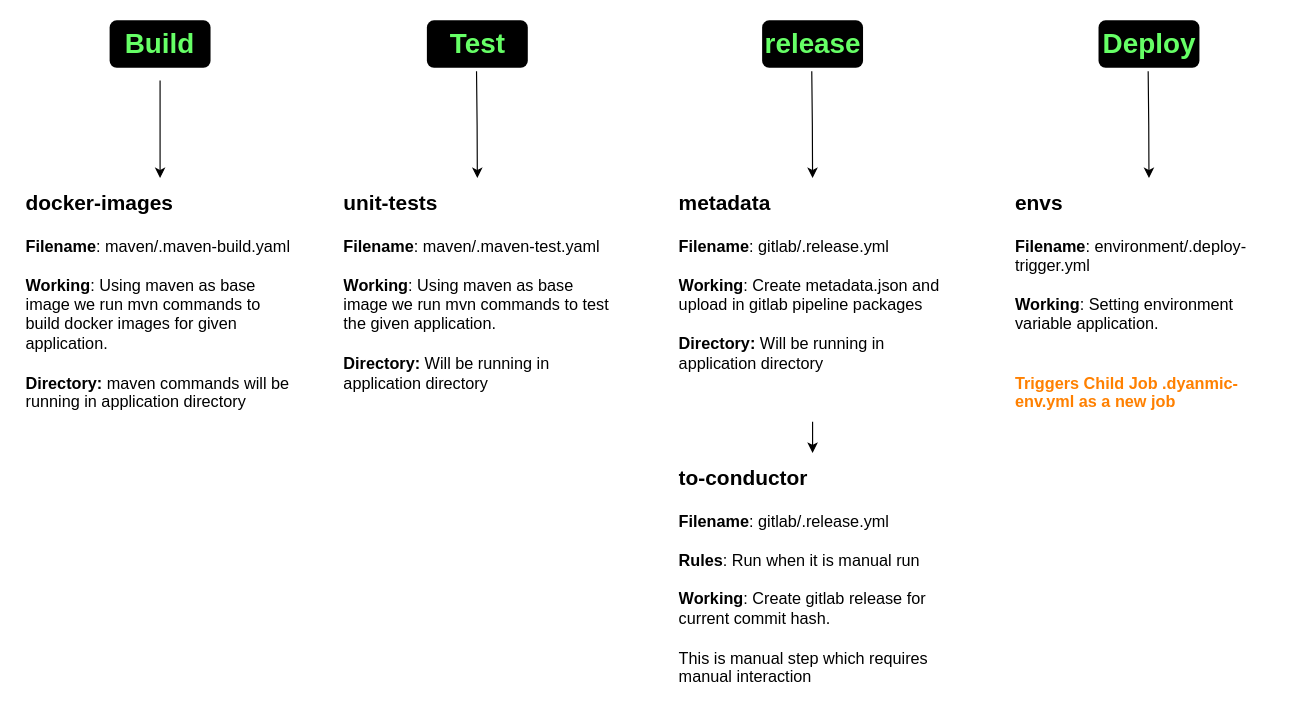
This is GitlabWorkflow.drawio from vishnu-chegondi/draw-repo, a draw.io file, before an edit. Source tidied: cells renumbered, new cells numbered last; positions are measured from the earlier drawing's top-left corner, leaving out a move shared by most shapes. Both pictures are drawn from the tidied source at 116%, with x=0, y=0 at pixel (20, 20).
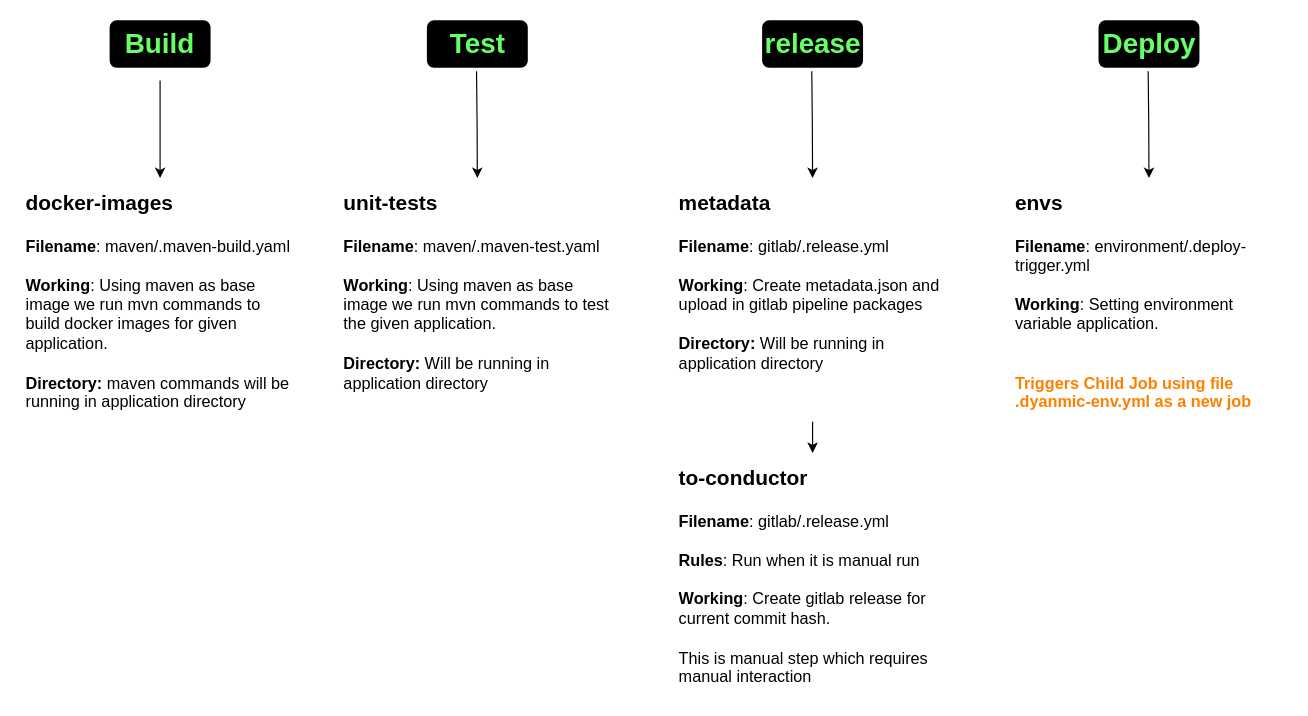
Above is the later version.

What changed in the source:
```diff
@@
 <mxGraphModel>
   <root>
     <mxCell id="0" />
     <mxCell id="1" parent="0" />
     <mxCell id="2" style="edgeStyle=orthogonalEdgeStyle;rounded=0;jettySize=auto;html=1;entryX=0.5;entryY=0;entryDx=0;entryDy=0;" parent="1" edge="1" source="3" target="4">
       <mxGeometry relative="1" as="geometry" />
     </mxCell>
     <mxCell id="3" value="&lt;font color=&quot;#66ff66&quot; style=&quot;font-size: 24px;&quot;&gt;&lt;b style=&quot;background-color: rgb(0, 0, 0);&quot;&gt;Build&lt;/b&gt;&lt;/font&gt;" style="text;html=1;strokeColor=none;fillColor=#000000;align=center;verticalAlign=middle;whiteSpace=wrap;rounded=1;perimeterSpacing=11;shadow=0;strokeWidth=1;dashed=1;" parent="1" vertex="1">
       <mxGeometry x="77" width="87" height="41" as="geometry" />
     </mxCell>
     <mxCell id="4" value="&lt;h1&gt;&lt;font style=&quot;font-size: 18px;&quot;&gt;docker-images&lt;/font&gt;&lt;/h1&gt;&lt;div&gt;&lt;font style=&quot;font-size: 14px;&quot;&gt;&lt;b&gt;Filename&lt;/b&gt;: maven/.maven-build.yaml&lt;/font&gt;&lt;/div&gt;&lt;div&gt;&lt;font style=&quot;font-size: 14px;&quot;&gt;&lt;br&gt;&lt;/font&gt;&lt;/div&gt;&lt;div&gt;&lt;font style=&quot;font-size: 14px;&quot;&gt;&lt;b&gt;Working&lt;/b&gt;: Using maven as base image we run mvn commands to build docker images for given application.&amp;nbsp;&lt;/font&gt;&lt;/div&gt;&lt;div&gt;&lt;font style=&quot;font-size: 14px;&quot;&gt;&lt;b&gt;&lt;br&gt;&lt;/b&gt;&lt;/font&gt;&lt;/div&gt;&lt;div&gt;&lt;font style=&quot;font-size: 14px;&quot;&gt;&lt;b&gt;Directory: &lt;/b&gt;maven commands will be running in application directory&lt;br&gt;&lt;br&gt;&lt;br&gt;&lt;/font&gt;&lt;/div&gt;" style="text;html=1;strokeColor=none;fillColor=none;spacing=5;spacingTop=-20;whiteSpace=wrap;overflow=hidden;rounded=0;" parent="1" vertex="1">
       <mxGeometry y="136" width="241" height="218" as="geometry" />
     </mxCell>
     <mxCell id="5" style="edgeStyle=orthogonalEdgeStyle;rounded=0;jettySize=auto;html=1;entryX=0.5;entryY=0;entryDx=0;entryDy=0;" parent="1" edge="1" target="6">
       <mxGeometry relative="1" as="geometry">
         <mxPoint x="393.3" y="44" as="sourcePoint" />
       </mxGeometry>
     </mxCell>
     <mxCell id="6" value="&lt;h1&gt;&lt;span style=&quot;font-size: 18px;&quot;&gt;unit-tests&lt;/span&gt;&lt;/h1&gt;&lt;div&gt;&lt;font style=&quot;font-size: 14px;&quot;&gt;&lt;b&gt;Filename&lt;/b&gt;: maven/.maven-test.yaml&lt;/font&gt;&lt;/div&gt;&lt;div&gt;&lt;font style=&quot;font-size: 14px;&quot;&gt;&lt;b&gt;&lt;br&gt;&lt;/b&gt;&lt;/font&gt;&lt;/div&gt;&lt;div&gt;&lt;font style=&quot;font-size: 14px;&quot;&gt;&lt;b&gt;Working&lt;/b&gt;: Using maven as base image we run mvn commands to test the given application.&amp;nbsp;&lt;/font&gt;&lt;/div&gt;&lt;div&gt;&lt;font style=&quot;font-size: 14px;&quot;&gt;&lt;br&gt;&lt;/font&gt;&lt;/div&gt;&lt;div&gt;&lt;span style=&quot;font-size: 14px;&quot;&gt;&lt;b&gt;Directory: &lt;/b&gt;Will be running in application directory&lt;/span&gt;&lt;/div&gt;" style="text;html=1;strokeColor=none;fillColor=none;spacing=5;spacingTop=-20;whiteSpace=wrap;overflow=hidden;rounded=0;" parent="1" vertex="1">
       <mxGeometry x="273.5" y="136" width="241" height="213" as="geometry" />
     </mxCell>
     <mxCell id="7" value="&lt;font color=&quot;#66ff66&quot; style=&quot;font-size: 24px;&quot;&gt;&lt;b style=&quot;background-color: rgb(0, 0, 0);&quot;&gt;Test&lt;/b&gt;&lt;/font&gt;" style="text;html=1;strokeColor=none;fillColor=#000000;align=center;verticalAlign=middle;whiteSpace=wrap;rounded=1;perimeterSpacing=11;shadow=0;strokeWidth=1;dashed=1;" parent="1" vertex="1">
       <mxGeometry x="350.5" width="87" height="41" as="geometry" />
     </mxCell>
     <mxCell id="8" style="edgeStyle=orthogonalEdgeStyle;rounded=0;jettySize=auto;html=1;entryX=0.5;entryY=0;entryDx=0;entryDy=0;" parent="1" edge="1" target="10">
       <mxGeometry relative="1" as="geometry">
         <mxPoint x="682.3" y="44" as="sourcePoint" />
       </mxGeometry>
     </mxCell>
     <mxCell id="9" style="edgeStyle=orthogonalEdgeStyle;rounded=0;jettySize=auto;html=1;exitX=0.5;exitY=1;exitDx=0;exitDy=0;" parent="1" edge="1" source="10" target="12">
       <mxGeometry relative="1" as="geometry" />
     </mxCell>
     <mxCell id="10" value="&lt;h1&gt;&lt;span style=&quot;font-size: 18px;&quot;&gt;metadata&lt;/span&gt;&lt;/h1&gt;&lt;div&gt;&lt;font style=&quot;font-size: 14px;&quot;&gt;&lt;b&gt;Filename&lt;/b&gt;: gitlab/.release.yml&lt;/font&gt;&lt;/div&gt;&lt;div&gt;&lt;font style=&quot;font-size: 14px;&quot;&gt;&lt;b&gt;&lt;br&gt;&lt;/b&gt;&lt;/font&gt;&lt;/div&gt;&lt;div&gt;&lt;font style=&quot;font-size: 14px;&quot;&gt;&lt;b&gt;Working&lt;/b&gt;: Create metadata.json and upload in gitlab pipeline packages&lt;/font&gt;&lt;/div&gt;&lt;div&gt;&lt;font style=&quot;font-size: 14px;&quot;&gt;&lt;br&gt;&lt;/font&gt;&lt;/div&gt;&lt;div&gt;&lt;span style=&quot;font-size: 14px;&quot;&gt;&lt;b&gt;Directory: &lt;/b&gt;Will be running in application directory&lt;/span&gt;&lt;/div&gt;" style="text;html=1;strokeColor=none;fillColor=none;spacing=5;spacingTop=-20;whiteSpace=wrap;overflow=hidden;rounded=0;" parent="1" vertex="1">
       <mxGeometry x="562.5" y="136" width="241" height="210" as="geometry" />
     </mxCell>
     <mxCell id="11" value="&lt;font color=&quot;#66ff66&quot; style=&quot;font-size: 24px;&quot;&gt;&lt;b style=&quot;background-color: rgb(0, 0, 0);&quot;&gt;release&lt;/b&gt;&lt;/font&gt;" style="text;html=1;strokeColor=none;fillColor=#000000;align=center;verticalAlign=middle;whiteSpace=wrap;rounded=1;perimeterSpacing=11;shadow=0;strokeWidth=1;dashed=1;" parent="1" vertex="1">
       <mxGeometry x="639.5" width="87" height="41" as="geometry" />
     </mxCell>
     <mxCell id="12" value="&lt;h1&gt;&lt;span style=&quot;font-size: 18px;&quot;&gt;to-conductor&lt;/span&gt;&lt;/h1&gt;&lt;div&gt;&lt;font style=&quot;font-size: 14px;&quot;&gt;&lt;b&gt;Filename&lt;/b&gt;: gitlab/.release.yml&lt;/font&gt;&lt;/div&gt;&lt;div&gt;&lt;font style=&quot;font-size: 14px;&quot;&gt;&lt;br&gt;&lt;/font&gt;&lt;/div&gt;&lt;div&gt;&lt;font style=&quot;font-size: 14px;&quot;&gt;&lt;b&gt;Rules&lt;/b&gt;: Run when it is manual run&lt;/font&gt;&lt;/div&gt;&lt;div&gt;&lt;font style=&quot;font-size: 14px;&quot;&gt;&lt;b&gt;&lt;br&gt;&lt;/b&gt;&lt;/font&gt;&lt;/div&gt;&lt;div&gt;&lt;font style=&quot;font-size: 14px;&quot;&gt;&lt;b&gt;Working&lt;/b&gt;: Create gitlab release for current commit hash.&lt;br&gt;&lt;br&gt;This is manual step which requires manual interaction&lt;/font&gt;&lt;/div&gt;&lt;div&gt;&lt;br&gt;&lt;/div&gt;" style="text;html=1;strokeColor=none;fillColor=none;spacing=5;spacingTop=-20;whiteSpace=wrap;overflow=hidden;rounded=0;" parent="1" vertex="1">
       <mxGeometry x="562.5" y="373" width="241" height="210" as="geometry" />
     </mxCell>
     <mxCell id="13" style="edgeStyle=orthogonalEdgeStyle;rounded=0;jettySize=auto;html=1;entryX=0.5;entryY=0;entryDx=0;entryDy=0;" parent="1" edge="1" target="14">
       <mxGeometry relative="1" as="geometry">
         <mxPoint x="972.3" y="44" as="sourcePoint" />
       </mxGeometry>
     </mxCell>
-    <mxCell id="14" value="&lt;h1&gt;&lt;span style=&quot;font-size: 18px;&quot;&gt;envs&lt;/span&gt;&lt;/h1&gt;&lt;div&gt;&lt;font style=&quot;font-size: 14px;&quot;&gt;&lt;b&gt;Filename&lt;/b&gt;: environment/.deploy-trigger.yml&lt;/font&gt;&lt;/div&gt;&lt;div&gt;&lt;font style=&quot;font-size: 14px;&quot;&gt;&lt;b&gt;&lt;br&gt;&lt;/b&gt;&lt;/font&gt;&lt;/div&gt;&lt;div&gt;&lt;font style=&quot;font-size: 14px;&quot;&gt;&lt;b&gt;Working&lt;/b&gt;: Setting environment variable application.&lt;br&gt;&lt;br&gt;&lt;br&gt;&lt;b&gt;&lt;font color=&quot;#ff8000&quot;&gt;Triggers Child Job .dyanmic-env.yml as a new job&lt;/font&gt;&lt;/b&gt;&lt;/font&gt;&lt;/div&gt;&lt;div&gt;&lt;br&gt;&lt;/div&gt;" style="text;html=1;strokeColor=none;fillColor=none;spacing=5;spacingTop=-20;whiteSpace=wrap;overflow=hidden;rounded=0;" parent="1" vertex="1">
+    <mxCell id="14" value="&lt;h1&gt;&lt;span style=&quot;font-size: 18px;&quot;&gt;envs&lt;/span&gt;&lt;/h1&gt;&lt;div&gt;&lt;font style=&quot;font-size: 14px;&quot;&gt;&lt;b&gt;Filename&lt;/b&gt;: environment/.deploy-trigger.yml&lt;/font&gt;&lt;/div&gt;&lt;div&gt;&lt;font style=&quot;font-size: 14px;&quot;&gt;&lt;b&gt;&lt;br&gt;&lt;/b&gt;&lt;/font&gt;&lt;/div&gt;&lt;div&gt;&lt;font style=&quot;font-size: 14px;&quot;&gt;&lt;b&gt;Working&lt;/b&gt;: Setting environment variable application.&lt;br&gt;&lt;br&gt;&lt;br&gt;&lt;b&gt;&lt;font color=&quot;#ff8000&quot;&gt;Triggers Child Job using file .dyanmic-env.yml as a new job&lt;/font&gt;&lt;/b&gt;&lt;/font&gt;&lt;/div&gt;&lt;div&gt;&lt;br&gt;&lt;/div&gt;" style="text;html=1;strokeColor=none;fillColor=none;spacing=5;spacingTop=-20;whiteSpace=wrap;overflow=hidden;rounded=0;" parent="1" vertex="1">
       <mxGeometry x="852.5" y="136" width="241" height="213" as="geometry" />
     </mxCell>
     <mxCell id="15" value="&lt;font color=&quot;#66ff66&quot; style=&quot;font-size: 24px;&quot;&gt;&lt;b style=&quot;background-color: rgb(0, 0, 0);&quot;&gt;Deploy&lt;/b&gt;&lt;/font&gt;" style="text;html=1;strokeColor=none;fillColor=#000000;align=center;verticalAlign=middle;whiteSpace=wrap;rounded=1;perimeterSpacing=11;shadow=0;strokeWidth=1;dashed=1;" parent="1" vertex="1">
       <mxGeometry x="929.5" width="87" height="41" as="geometry" />
     </mxCell>
   </root>
 </mxGraphModel>
```
